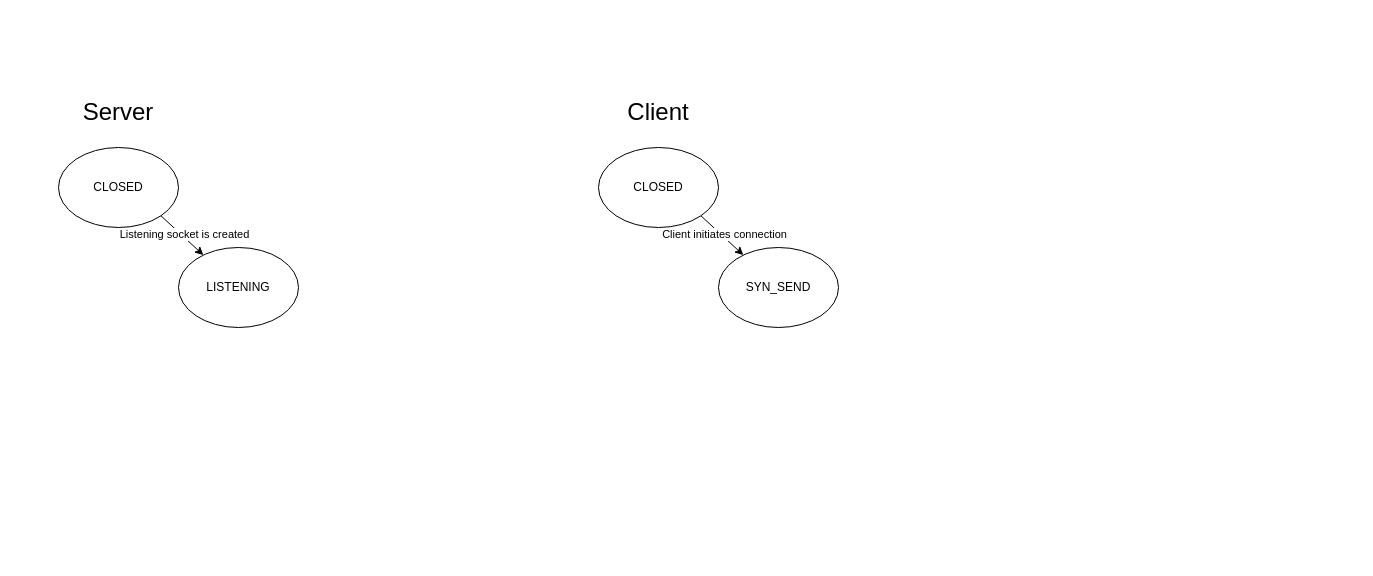
This is bTCP/Untitled Diagram (1).drawio from LucAngevare/NetSec, a draw.io file, before an edit. Source tidied: cells renumbered, new cells numbered last; positions are measured from the earlier drawing's top-left corner, leaving out a move shared by most shapes. Both pictures are drawn from the tidied source at 100%, with x=0, y=0 at pixel (58, 97).
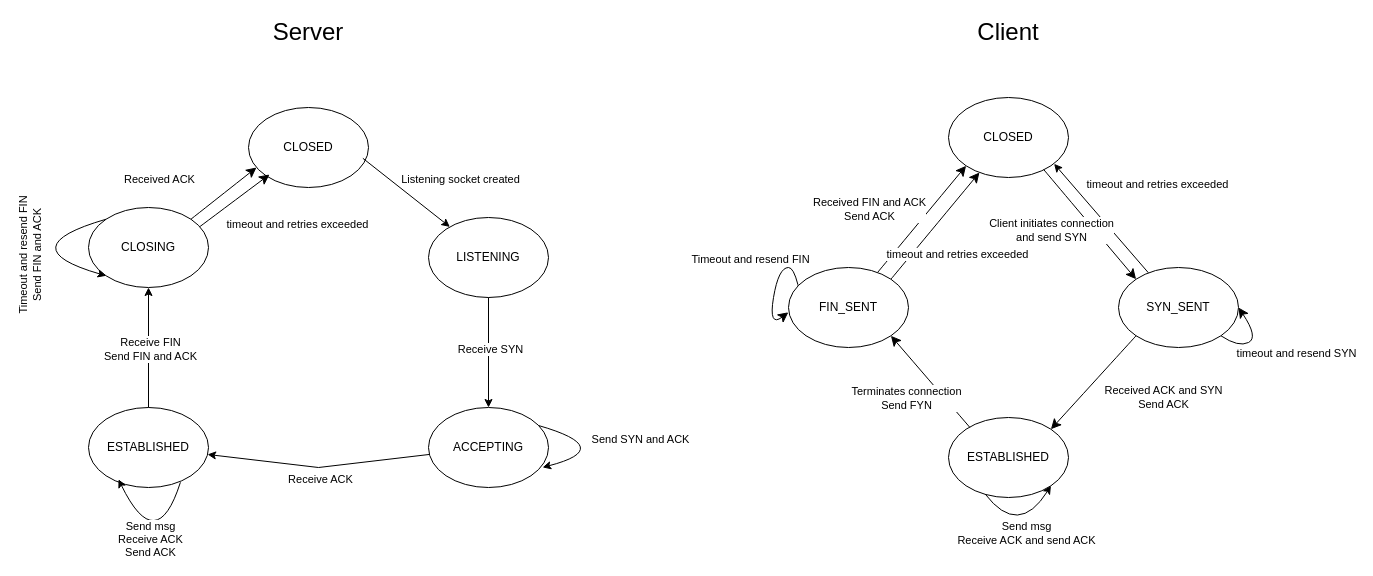
After the change.

Commit message:
fuck bram

Diff of the diagram source:
```diff
@@
+    <mxCell id="3" value="&lt;font style=&quot;font-size: 24px;&quot;&gt;Client&lt;/font&gt;" style="text;html=1;whiteSpace=wrap;strokeColor=none;fillColor=none;align=center;verticalAlign=middle;rounded=0;" parent="1" vertex="1">
+      <mxGeometry x="920" y="-80" width="60" height="30" as="geometry" />
+    </mxCell>
+    <mxCell id="8" style="rounded=0;jettySize=auto;html=1;entryX=0.88;entryY=0.829;entryDx=0;entryDy=0;entryPerimeter=0;" parent="1" edge="1" source="11" target="10">
+      <mxGeometry relative="1" as="geometry" />
+    </mxCell>
+    <mxCell id="12" style="edgeStyle=none;curved=1;rounded=0;jettySize=auto;html=1;fontSize=12;startSize=8;endSize=8;entryX=0;entryY=1;entryDx=0;entryDy=0;" parent="1" edge="1" source="18" target="10">
+      <mxGeometry relative="1" as="geometry" />
+    </mxCell>
+    <mxCell id="10" value="CLOSED" style="ellipse;whiteSpace=wrap;html=1;" parent="1" vertex="1">
+      <mxGeometry x="890" width="120" height="80" as="geometry" />
+    </mxCell>
+    <mxCell id="13" style="edgeStyle=none;curved=1;rounded=0;orthogonalLoop=1;jettySize=auto;html=1;exitX=1;exitY=1;exitDx=0;exitDy=0;fontSize=12;startSize=8;endSize=8;entryX=1;entryY=0.5;entryDx=0;entryDy=0;" parent="1" edge="1" source="11" target="11">
+      <mxGeometry relative="1" as="geometry">
+        <Array as="points">
+          <mxPoint x="1180" y="250" />
+          <mxPoint x="1200" y="240" />
+        </Array>
+      </mxGeometry>
+    </mxCell>
+    <mxCell id="11" value="SYN_SENT" style="ellipse;whiteSpace=wrap;html=1;" parent="1" vertex="1">
+      <mxGeometry x="1060" y="170" width="120" height="80" as="geometry" />
+    </mxCell>
+    <mxCell id="14" style="edgeStyle=none;curved=1;rounded=0;jettySize=auto;html=1;exitX=0.793;exitY=0.9;exitDx=0;exitDy=0;entryX=0;entryY=0;entryDx=0;entryDy=0;fontSize=12;startSize=8;endSize=8;exitPerimeter=0;" parent="1" edge="1" source="10" target="11">
+      <mxGeometry relative="1" as="geometry" />
+    </mxCell>
+    <mxCell id="15" value="ESTABLISHED" style="ellipse;whiteSpace=wrap;html=1;" parent="1" vertex="1">
+      <mxGeometry x="890" y="320" width="120" height="80" as="geometry" />
+    </mxCell>
+    <mxCell id="16" style="edgeStyle=none;curved=1;rounded=0;jettySize=auto;html=1;exitX=1;exitY=0;exitDx=0;exitDy=0;fontSize=12;startSize=8;endSize=8;" parent="1" edge="1" source="18" target="10">
+      <mxGeometry relative="1" as="geometry" />
+    </mxCell>
+    <mxCell id="17" style="edgeStyle=none;curved=1;rounded=0;orthogonalLoop=1;jettySize=auto;html=1;exitX=0;exitY=1;exitDx=0;exitDy=0;fontSize=12;startSize=8;endSize=8;entryX=-0.001;entryY=0.56;entryDx=0;entryDy=0;entryPerimeter=0;" parent="1" edge="1" source="18" target="18">
+      <mxGeometry relative="1" as="geometry">
+        <Array as="points">
+          <mxPoint x="740" y="170" />
+          <mxPoint x="720" y="170" />
+          <mxPoint x="710" y="230" />
+        </Array>
+      </mxGeometry>
+    </mxCell>
+    <mxCell id="18" value="FIN_SENT" style="ellipse;whiteSpace=wrap;html=1;" parent="1" vertex="1">
+      <mxGeometry x="730" y="170" width="120" height="80" as="geometry" />
+    </mxCell>
+    <mxCell id="19" style="edgeStyle=none;curved=1;rounded=0;jettySize=auto;html=1;exitX=0;exitY=1;exitDx=0;exitDy=0;fontSize=12;startSize=8;endSize=8;entryX=1;entryY=0;entryDx=0;entryDy=0;" parent="1" edge="1" source="11" target="15">
+      <mxGeometry relative="1" as="geometry" />
+    </mxCell>
+    <mxCell id="20" style="edgeStyle=none;curved=1;rounded=0;jettySize=auto;html=1;exitX=0.177;exitY=0.122;exitDx=0;exitDy=0;entryX=1;entryY=1;entryDx=0;entryDy=0;fontSize=12;startSize=8;endSize=8;exitPerimeter=0;" parent="1" edge="1" source="15" target="18">
+      <mxGeometry relative="1" as="geometry" />
+    </mxCell>
+    <mxCell id="21" value="&lt;div&gt;Client initiates connection&lt;/div&gt;&lt;div&gt;and send SYN&lt;/div&gt;" style="edgeLabel;html=1;align=center;verticalAlign=middle;" parent="1" vertex="1">
+      <mxGeometry x="990" y="130" as="geometry">
+        <mxPoint x="2" y="2" as="offset" />
+      </mxGeometry>
+    </mxCell>
+    <mxCell id="22" value="&lt;div&gt;Received ACK and SYN&lt;/div&gt;&lt;div&gt;Send ACK&lt;/div&gt;" style="edgeLabel;html=1;align=center;verticalAlign=middle;" parent="1" vertex="1">
+      <mxGeometry x="1090" y="200" as="geometry">
+        <mxPoint x="14" y="99" as="offset" />
+      </mxGeometry>
+    </mxCell>
+    <mxCell id="23" value="Terminates connection&lt;div&gt;Send FYN&lt;/div&gt;" style="edgeLabel;html=1;align=center;verticalAlign=middle;" parent="1" vertex="1">
+      <mxGeometry x="850" y="300" as="geometry">
+        <mxPoint x="-3" as="offset" />
+      </mxGeometry>
+    </mxCell>
+    <mxCell id="24" value="Received FIN and ACK&lt;div&gt;Send ACK&lt;/div&gt;" style="edgeLabel;html=1;align=center;verticalAlign=middle;" parent="1" vertex="1">
+      <mxGeometry x="810" y="110" as="geometry">
+        <mxPoint y="1" as="offset" />
+      </mxGeometry>
+    </mxCell>
+    <mxCell id="25" value="&lt;div&gt;timeout and&lt;span style=&quot;background-color: light-dark(#ffffff, var(--ge-dark-color, #121212)); color: light-dark(rgb(0, 0, 0), rgb(255, 255, 255));&quot;&gt;&amp;nbsp;retries exceeded&lt;/span&gt;&lt;/div&gt;" style="edgeLabel;html=1;align=center;verticalAlign=middle;" parent="1" vertex="1">
+      <mxGeometry x="860" y="140" as="geometry">
+        <mxPoint x="38" y="16" as="offset" />
+      </mxGeometry>
+    </mxCell>
+    <mxCell id="26" value="&lt;div&gt;timeout and re&lt;span style=&quot;background-color: light-dark(#ffffff, var(--ge-dark-color, #121212)); color: light-dark(rgb(0, 0, 0), rgb(255, 255, 255));&quot;&gt;send SYN&lt;/span&gt;&lt;/div&gt;" style="edgeLabel;html=1;align=center;verticalAlign=middle;" parent="1" vertex="1">
+      <mxGeometry x="1220" y="250" as="geometry">
+        <mxPoint x="17" y="5" as="offset" />
+      </mxGeometry>
+    </mxCell>
+    <mxCell id="27" value="&lt;div&gt;&lt;span style=&quot;background-color: light-dark(#ffffff, var(--ge-dark-color, #121212)); color: light-dark(rgb(0, 0, 0), rgb(255, 255, 255));&quot;&gt;Timeout and resend FIN&lt;/span&gt;&lt;/div&gt;" style="edgeLabel;html=1;align=center;verticalAlign=middle;" parent="1" vertex="1">
+      <mxGeometry x="710" y="150" as="geometry">
+        <mxPoint x="-19" y="11" as="offset" />
+      </mxGeometry>
+    </mxCell>
     <mxCell id="2" value="&lt;font style=&quot;font-size: 24px;&quot;&gt;Server&lt;/font&gt;" style="text;html=1;whiteSpace=wrap;strokeColor=none;fillColor=none;align=center;verticalAlign=middle;rounded=0;" parent="1" vertex="1">
-      <mxGeometry x="30" width="60" height="30" as="geometry" />
+      <mxGeometry x="220" y="-80" width="60" height="30" as="geometry" />
     </mxCell>
-    <mxCell id="3" value="&lt;font style=&quot;font-size: 24px;&quot;&gt;Client&lt;/font&gt;" style="text;html=1;whiteSpace=wrap;strokeColor=none;fillColor=none;align=center;verticalAlign=middle;rounded=0;" parent="1" vertex="1">
-      <mxGeometry x="570" width="60" height="30" as="geometry" />
-    </mxCell>
-    <mxCell id="4" style="rounded=0;jettySize=auto;html=1;exitX=1;exitY=1;exitDx=0;exitDy=0;" parent="1" edge="1" source="6" target="7">
-      <mxGeometry relative="1" as="geometry" />
-    </mxCell>
-    <mxCell id="5" value="Listening socket is created" style="edgeLabel;html=1;align=center;verticalAlign=middle;" parent="4" vertex="1">
-      <mxGeometry x="0.01" y="2" relative="1" as="geometry" />
-    </mxCell>
+    <mxCell id="28" style="endArrow=classic;html=1;rounded=0;exitX=0.305;exitY=0.956;exitDx=0;exitDy=0;exitPerimeter=0;entryX=1;entryY=1;entryDx=0;entryDy=0;curved=1;" parent="1" edge="1" source="15" target="15">
+      <mxGeometry relative="1" as="geometry">
+        <Array as="points">
+          <mxPoint x="960" y="440" />
+        </Array>
+      </mxGeometry>
+    </mxCell>
+    <mxCell id="29" value="&lt;div&gt;Send msg&lt;/div&gt;&lt;div&gt;Receive ACK and send ACK&lt;/div&gt;" style="edgeLabel;html=1;align=center;verticalAlign=middle;" parent="1" vertex="1">
+      <mxGeometry x="950" y="430" as="geometry">
+        <mxPoint x="17" y="5" as="offset" />
+      </mxGeometry>
+    </mxCell>
     <mxCell id="6" value="CLOSED" style="ellipse;whiteSpace=wrap;html=1;" parent="1" vertex="1">
-      <mxGeometry y="50" width="120" height="80" as="geometry" />
+      <mxGeometry x="190" y="10" width="120" height="80" as="geometry" />
     </mxCell>
     <mxCell id="7" value="LISTENING" style="ellipse;whiteSpace=wrap;html=1;" parent="1" vertex="1">
-      <mxGeometry x="120" y="150" width="120" height="80" as="geometry" />
+      <mxGeometry x="370" y="120" width="120" height="80" as="geometry" />
     </mxCell>
-    <mxCell id="8" style="rounded=0;jettySize=auto;html=1;exitX=1;exitY=1;exitDx=0;exitDy=0;" parent="1" edge="1" source="10" target="11">
-      <mxGeometry relative="1" as="geometry" />
-    </mxCell>
-    <mxCell id="9" value="Client initiates connection" style="edgeLabel;html=1;align=center;verticalAlign=middle;" parent="8" vertex="1">
-      <mxGeometry x="0.01" y="2" relative="1" as="geometry" />
-    </mxCell>
-    <mxCell id="10" value="CLOSED" style="ellipse;whiteSpace=wrap;html=1;" parent="1" vertex="1">
-      <mxGeometry x="540" y="50" width="120" height="80" as="geometry" />
-    </mxCell>
-    <mxCell id="11" value="SYN_SEND" style="ellipse;whiteSpace=wrap;html=1;" parent="1" vertex="1">
-      <mxGeometry x="660" y="150" width="120" height="80" as="geometry" />
-    </mxCell>
+    <mxCell id="30" value="ACCEPTING" style="ellipse;whiteSpace=wrap;html=1;" parent="1" vertex="1">
+      <mxGeometry x="370" y="310" width="120" height="80" as="geometry" />
+    </mxCell>
+    <mxCell id="31" value="ESTABLISHED" style="ellipse;whiteSpace=wrap;html=1;" parent="1" vertex="1">
+      <mxGeometry x="30" y="310" width="120" height="80" as="geometry" />
+    </mxCell>
+    <mxCell id="4" style="endArrow=classic;html=1;rounded=0;exitX=0.953;exitY=0.635;exitDx=0;exitDy=0;exitPerimeter=0;" parent="1" edge="1" source="6" target="7">
+      <mxGeometry relative="1" as="geometry" />
+    </mxCell>
+    <mxCell id="32" value="Listening socket created" style="edgeLabel;html=1;align=center;verticalAlign=middle;" parent="1" vertex="1">
+      <mxGeometry x="420" y="70" as="geometry">
+        <mxPoint x="-19" y="11" as="offset" />
+      </mxGeometry>
+    </mxCell>
+    <mxCell id="33" style="endArrow=classic;html=1;rounded=0;exitX=0.5;exitY=1;exitDx=0;exitDy=0;entryX=0.5;entryY=0;entryDx=0;entryDy=0;" parent="1" edge="1" source="7" target="30">
+      <mxGeometry relative="1" as="geometry" />
+    </mxCell>
+    <mxCell id="34" value="Receive SYN" style="edgeLabel;html=1;align=center;verticalAlign=middle;" parent="1" vertex="1">
+      <mxGeometry x="450" y="240" as="geometry">
+        <mxPoint x="-19" y="11" as="offset" />
+      </mxGeometry>
+    </mxCell>
+    <mxCell id="35" style="endArrow=classic;html=1;rounded=0;exitX=0.929;exitY=0.218;exitDx=0;exitDy=0;curved=1;entryX=0.963;entryY=0.742;entryDx=0;entryDy=0;entryPerimeter=0;exitPerimeter=0;" parent="1" edge="1">
+      <mxGeometry relative="1" as="geometry">
+        <mxPoint x="480" y="328" as="sourcePoint" />
+        <mxPoint x="484.1" y="369.9" as="targetPoint" />
+        <Array as="points">
+          <mxPoint x="558.5" y="350.6" />
+        </Array>
+      </mxGeometry>
+    </mxCell>
+    <mxCell id="36" style="endArrow=classic;html=1;rounded=0;" parent="1" edge="1" source="30" target="31">
+      <mxGeometry relative="1" as="geometry">
+        <Array as="points">
+          <mxPoint x="260" y="370" />
+        </Array>
+      </mxGeometry>
+    </mxCell>
+    <mxCell id="37" value="Receive ACK" style="edgeLabel;html=1;align=center;verticalAlign=middle;" parent="1" vertex="1">
+      <mxGeometry x="280" y="370" as="geometry">
+        <mxPoint x="-19" y="11" as="offset" />
+      </mxGeometry>
+    </mxCell>
+    <mxCell id="38" value="Send SYN and ACK" style="edgeLabel;html=1;align=center;verticalAlign=middle;" parent="1" vertex="1">
+      <mxGeometry x="600" y="330" as="geometry">
+        <mxPoint x="-19" y="11" as="offset" />
+      </mxGeometry>
+    </mxCell>
+    <mxCell id="39" value="&lt;div&gt;timeout and&lt;span style=&quot;background-color: light-dark(#ffffff, var(--ge-dark-color, #121212)); color: light-dark(rgb(0, 0, 0), rgb(255, 255, 255));&quot;&gt;&amp;nbsp;retries exceeded&lt;/span&gt;&lt;/div&gt;" style="edgeLabel;html=1;align=center;verticalAlign=middle;" parent="1" vertex="1">
+      <mxGeometry x="1060" y="70" as="geometry">
+        <mxPoint x="38" y="16" as="offset" />
+      </mxGeometry>
+    </mxCell>
+    <mxCell id="40" style="endArrow=classic;html=1;rounded=0;exitX=0.766;exitY=0.935;exitDx=0;exitDy=0;curved=1;entryX=0.25;entryY=0.898;entryDx=0;entryDy=0;entryPerimeter=0;exitPerimeter=0;" parent="1" edge="1" source="31" target="31">
+      <mxGeometry relative="1" as="geometry">
+        <Array as="points">
+          <mxPoint x="98" y="460" />
+        </Array>
+      </mxGeometry>
+    </mxCell>
+    <mxCell id="41" value="Send msg&lt;div&gt;Receive ACK&lt;/div&gt;&lt;div&gt;Send ACK&lt;/div&gt;" style="edgeLabel;html=1;align=center;verticalAlign=middle;" parent="1" vertex="1">
+      <mxGeometry x="110" y="430" as="geometry">
+        <mxPoint x="-19" y="11" as="offset" />
+      </mxGeometry>
+    </mxCell>
+    <mxCell id="42" value="CLOSING" style="ellipse;whiteSpace=wrap;html=1;" parent="1" vertex="1">
+      <mxGeometry x="30" y="110" width="120" height="80" as="geometry" />
+    </mxCell>
+    <mxCell id="43" style="endArrow=classic;html=1;rounded=0;entryX=0.5;entryY=1;entryDx=0;entryDy=0;" parent="1" edge="1" source="31" target="42">
+      <mxGeometry relative="1" as="geometry" />
+    </mxCell>
+    <mxCell id="44" value="Receive FIN&lt;div&gt;Send FIN and ACK&lt;/div&gt;" style="edgeLabel;html=1;align=center;verticalAlign=middle;" parent="1" vertex="1">
+      <mxGeometry x="110" y="240" as="geometry">
+        <mxPoint x="-19" y="11" as="offset" />
+      </mxGeometry>
+    </mxCell>
+    <mxCell id="45" style="edgeStyle=none;curved=1;rounded=0;jettySize=auto;html=1;fontSize=12;startSize=8;endSize=8;entryX=0;entryY=1;entryDx=0;entryDy=0;exitX=1;exitY=0;exitDx=0;exitDy=0;" parent="1" edge="1" source="42">
+      <mxGeometry relative="1" as="geometry">
+        <mxPoint x="198" y="70" as="targetPoint" />
+      </mxGeometry>
+    </mxCell>
+    <mxCell id="46" style="edgeStyle=none;curved=1;rounded=0;jettySize=auto;html=1;exitX=0.928;exitY=0.239;exitDx=0;exitDy=0;fontSize=12;startSize=8;endSize=8;exitPerimeter=0;" parent="1" edge="1" source="42">
+      <mxGeometry relative="1" as="geometry">
+        <mxPoint x="211" y="77" as="targetPoint" />
+      </mxGeometry>
+    </mxCell>
+    <mxCell id="47" value="Received ACK" style="edgeLabel;html=1;align=center;verticalAlign=middle;" parent="1" vertex="1">
+      <mxGeometry x="100" y="80" as="geometry">
+        <mxPoint y="1" as="offset" />
+      </mxGeometry>
+    </mxCell>
+    <mxCell id="48" value="&lt;div&gt;timeout and&lt;span style=&quot;background-color: light-dark(#ffffff, var(--ge-dark-color, #121212)); color: light-dark(rgb(0, 0, 0), rgb(255, 255, 255));&quot;&gt;&amp;nbsp;retries exceeded&lt;/span&gt;&lt;/div&gt;" style="edgeLabel;html=1;align=center;verticalAlign=middle;" parent="1" vertex="1">
+      <mxGeometry x="200" y="110" as="geometry">
+        <mxPoint x="38" y="16" as="offset" />
+      </mxGeometry>
+    </mxCell>
+    <mxCell id="49" value="&lt;div&gt;&lt;span style=&quot;background-color: light-dark(#ffffff, var(--ge-dark-color, #121212)); color: light-dark(rgb(0, 0, 0), rgb(255, 255, 255));&quot;&gt;Timeout and resend FIN&lt;/span&gt;&lt;/div&gt;&lt;div&gt;&lt;span style=&quot;background-color: light-dark(#ffffff, var(--ge-dark-color, #121212)); color: light-dark(rgb(0, 0, 0), rgb(255, 255, 255));&quot;&gt;Send FIN and ACK&lt;/span&gt;&lt;/div&gt;" style="edgeLabel;html=1;align=center;verticalAlign=middle;rotation=-90;" parent="1" vertex="1">
+      <mxGeometry x="-40" y="140" as="geometry">
+        <mxPoint x="-19" y="11" as="offset" />
+      </mxGeometry>
+    </mxCell>
+    <mxCell id="50" style="endArrow=classic;html=1;rounded=0;entryX=0;entryY=1;entryDx=0;entryDy=0;exitX=0;exitY=0;exitDx=0;exitDy=0;curved=1;" parent="1" edge="1" source="42" target="42">
+      <mxGeometry relative="1" as="geometry">
+        <Array as="points">
+          <mxPoint x="-50" y="150" />
+        </Array>
+      </mxGeometry>
+    </mxCell>
```
